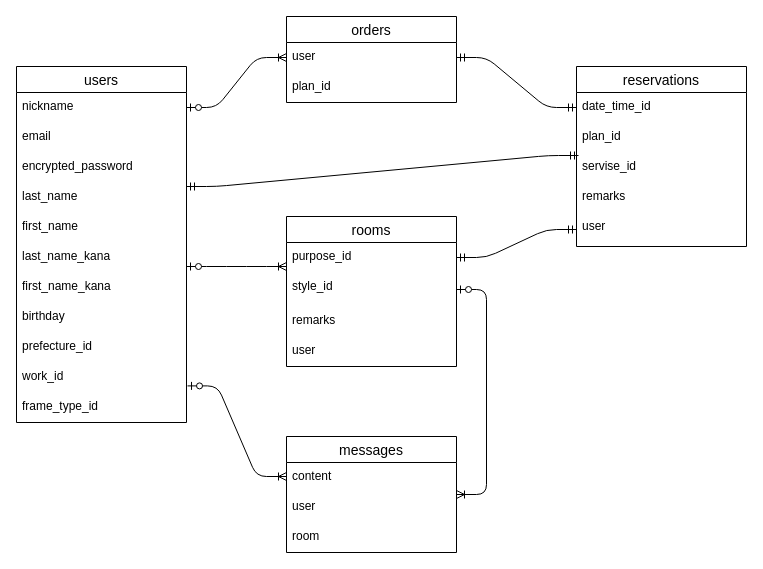
This is er.dio from rikako-yurino/Connect-Stylist, a draw.io file, before an edit. Source tidied: cells renumbered, new cells numbered last; positions are measured from the earlier drawing's top-left corner, leaving out a move shared by most shapes. Both pictures are drawn from the tidied source at 100%, with x=0, y=0 at pixel (16, 16).
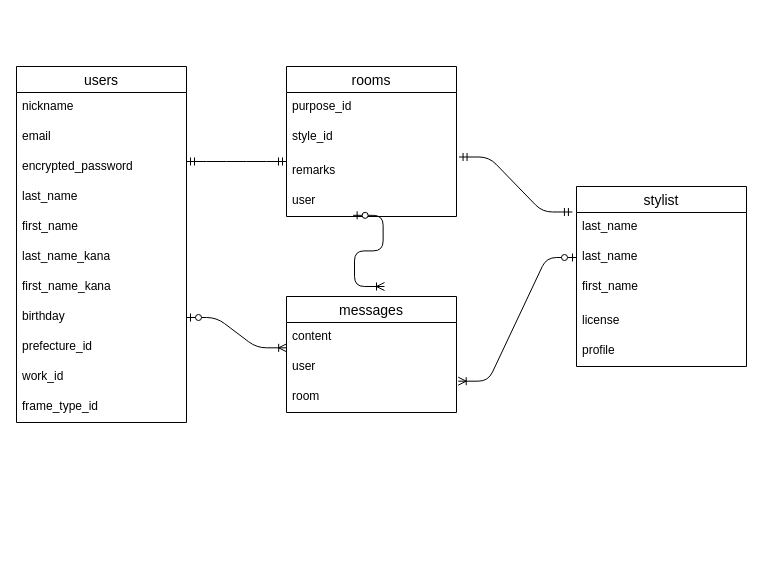
The same page after the edit.

The change refers to these unchanged cells:
```xml
<mxCell id="3" value="nickname" style="text;strokeColor=none;fillColor=none;spacingLeft=4;spacingRight=4;overflow=hidden;points=[[0,0.5],[1,0.5]];portConstraint=eastwest;fontSize=12;" parent="2" vertex="1">
  <mxGeometry y="26" width="170" height="30" as="geometry" />
</mxCell>
<mxCell id="10" value="birthday" style="text;strokeColor=none;fillColor=none;spacingLeft=4;spacingRight=4;overflow=hidden;points=[[0,0.5],[1,0.5]];portConstraint=eastwest;fontSize=12;" parent="2" vertex="1">
  <mxGeometry y="236" width="170" height="30" as="geometry" />
</mxCell>
<mxCell id="12" value="work_id" style="text;strokeColor=none;fillColor=none;spacingLeft=4;spacingRight=4;overflow=hidden;points=[[0,0.5],[1,0.5]];portConstraint=eastwest;fontSize=12;" parent="2" vertex="1">
  <mxGeometry y="296" width="170" height="30" as="geometry" />
</mxCell>
<mxCell id="21" value="purpose_id" style="text;strokeColor=none;fillColor=none;spacingLeft=4;spacingRight=4;overflow=hidden;points=[[0,0.5],[1,0.5]];portConstraint=eastwest;fontSize=12;" parent="20" vertex="1">
  <mxGeometry y="26" width="170" height="30" as="geometry" />
</mxCell>
<mxCell id="22" value="style_id" style="text;strokeColor=none;fillColor=none;spacingLeft=4;spacingRight=4;overflow=hidden;points=[[0,0.5],[1,0.5]];portConstraint=eastwest;fontSize=12;" parent="20" vertex="1">
  <mxGeometry y="56" width="170" height="34" as="geometry" />
</mxCell>
<mxCell id="23" value="remarks" style="text;strokeColor=none;fillColor=none;spacingLeft=4;spacingRight=4;overflow=hidden;points=[[0,0.5],[1,0.5]];portConstraint=eastwest;fontSize=12;" parent="20" vertex="1">
  <mxGeometry y="90" width="170" height="30" as="geometry" />
</mxCell>
<mxCell id="24" value="user" style="text;strokeColor=none;fillColor=none;spacingLeft=4;spacingRight=4;overflow=hidden;points=[[0,0.5],[1,0.5]];portConstraint=eastwest;fontSize=12;" parent="20" vertex="1">
  <mxGeometry y="120" width="170" height="30" as="geometry" />
</mxCell>
<mxCell id="27" value="content" style="text;strokeColor=none;fillColor=none;spacingLeft=4;spacingRight=4;overflow=hidden;points=[[0,0.5],[1,0.5]];portConstraint=eastwest;fontSize=12;" parent="25" vertex="1">
  <mxGeometry y="26" width="170" height="30" as="geometry" />
</mxCell>
<mxCell id="29" value="room" style="text;strokeColor=none;fillColor=none;spacingLeft=4;spacingRight=4;overflow=hidden;points=[[0,0.5],[1,0.5]];portConstraint=eastwest;fontSize=12;" parent="25" vertex="1">
  <mxGeometry y="86" width="170" height="30" as="geometry" />
</mxCell>
```

Change to the diagram source:
```diff
@@
-    <mxCell id="14" value="reservations" style="swimlane;fontStyle=0;horizontal=1;startSize=26;align=center;fontSize=14;" parent="1" vertex="1">
-      <mxGeometry x="560" y="50" width="170" height="180" as="geometry" />
-    </mxCell>
-    <mxCell id="15" value="date_time_id" style="text;strokeColor=none;fillColor=none;spacingLeft=4;spacingRight=4;overflow=hidden;points=[[0,0.5],[1,0.5]];portConstraint=eastwest;fontSize=12;" parent="14" vertex="1">
-      <mxGeometry y="26" width="170" height="30" as="geometry" />
-    </mxCell>
-    <mxCell id="16" value="plan_id" style="text;strokeColor=none;fillColor=none;spacingLeft=4;spacingRight=4;overflow=hidden;fontSize=12;" parent="14" vertex="1">
-      <mxGeometry y="56" width="170" height="30" as="geometry" />
-    </mxCell>
-    <mxCell id="17" value="servise_id" style="text;strokeColor=none;fillColor=none;spacingLeft=4;spacingRight=4;overflow=hidden;fontSize=12;" parent="14" vertex="1">
-      <mxGeometry y="86" width="170" height="30" as="geometry" />
-    </mxCell>
-    <mxCell id="18" value="remarks" style="text;strokeColor=none;fillColor=none;spacingLeft=4;spacingRight=4;overflow=hidden;fontSize=12;" parent="14" vertex="1">
-      <mxGeometry y="116" width="170" height="30" as="geometry" />
-    </mxCell>
-    <mxCell id="19" value="user" style="text;strokeColor=none;fillColor=none;spacingLeft=4;spacingRight=4;overflow=hidden;points=[[0,0.5],[1,0.5]];portConstraint=eastwest;fontSize=12;" parent="14" vertex="1">
-      <mxGeometry y="146" width="170" height="34" as="geometry" />
-    </mxCell>
     <mxCell id="20" value="rooms" style="swimlane;fontStyle=0;horizontal=1;startSize=26;align=center;fontSize=14;" parent="1" vertex="1">
-      <mxGeometry x="270" y="200" width="170" height="150" as="geometry" />
+      <mxGeometry x="270" y="50" width="170" height="150" as="geometry" />
     </mxCell>
@@
     <mxCell id="25" value="messages" style="swimlane;fontStyle=0;horizontal=1;startSize=26;align=center;fontSize=14;" parent="1" vertex="1">
-      <mxGeometry x="270" y="420" width="170" height="116" as="geometry" />
+      <mxGeometry x="270" y="280" width="170" height="116" as="geometry" />
     </mxCell>
-    <mxCell id="26" style="edgeStyle=entityRelationEdgeStyle;fontSize=12;html=1;endArrow=ERoneToMany;startArrow=ERzeroToOne;entryX=0;entryY=0.5;entryDx=0;entryDy=0;exitX=1.006;exitY=0.78;exitDx=0;exitDy=0;exitPerimeter=0;" parent="25" edge="1" source="12">
-      <mxGeometry relative="1" as="geometry">
-        <mxPoint y="40" as="targetPoint" />
-      </mxGeometry>
-    </mxCell>
@@
-    <mxCell id="30" value="orders" style="swimlane;fontStyle=0;horizontal=1;startSize=26;align=center;fontSize=14;" parent="1" vertex="1">
-      <mxGeometry x="270" width="170" height="86" as="geometry" />
-    </mxCell>
-    <mxCell id="31" value="user" style="text;strokeColor=none;fillColor=none;spacingLeft=4;spacingRight=4;overflow=hidden;points=[[0,0.5],[1,0.5]];portConstraint=eastwest;fontSize=12;" parent="30" vertex="1">
-      <mxGeometry y="26" width="170" height="30" as="geometry" />
-    </mxCell>
-    <mxCell id="32" value="plan_id" style="text;strokeColor=none;fillColor=none;spacingLeft=4;spacingRight=4;overflow=hidden;fontSize=12;" parent="30" vertex="1">
-      <mxGeometry y="56" width="170" height="30" as="geometry" />
-    </mxCell>
-    <mxCell id="33" style="edgeStyle=entityRelationEdgeStyle;fontSize=12;html=1;endArrow=ERoneToMany;startArrow=ERzeroToOne;entryX=0;entryY=0.5;entryDx=0;entryDy=0;" parent="1" edge="1" source="3" target="31">
-      <mxGeometry relative="1" as="geometry" />
-    </mxCell>
-    <mxCell id="34" style="edgeStyle=entityRelationEdgeStyle;fontSize=12;html=1;endArrow=ERmandOne;startArrow=ERmandOne;exitX=1;exitY=0.5;exitDx=0;exitDy=0;entryX=0;entryY=0.5;entryDx=0;entryDy=0;" parent="1" edge="1" source="31" target="15">
-      <mxGeometry relative="1" as="geometry" />
-    </mxCell>
-    <mxCell id="35" style="edgeStyle=entityRelationEdgeStyle;fontSize=12;html=1;endArrow=ERmandOne;startArrow=ERmandOne;entryX=0;entryY=0.5;entryDx=0;entryDy=0;" parent="1" edge="1" source="21" target="19">
-      <mxGeometry relative="1" as="geometry" />
-    </mxCell>
-    <mxCell id="36" style="edgeStyle=entityRelationEdgeStyle;fontSize=12;html=1;endArrow=ERmandOne;startArrow=ERmandOne;exitX=1;exitY=0.5;exitDx=0;exitDy=0;" parent="1" edge="1">
-      <mxGeometry relative="1" as="geometry">
-        <mxPoint x="170" y="170" as="sourcePoint" />
-        <mxPoint x="562" y="139" as="targetPoint" />
-      </mxGeometry>
-    </mxCell>
-    <mxCell id="37" style="edgeStyle=entityRelationEdgeStyle;fontSize=12;html=1;endArrow=ERoneToMany;startArrow=ERzeroToOne;exitX=1;exitY=0.5;exitDx=0;exitDy=0;" parent="1" edge="1" source="22" target="25">
-      <mxGeometry relative="1" as="geometry" />
+    <mxCell id="37" style="edgeStyle=entityRelationEdgeStyle;fontSize=12;html=1;endArrow=ERoneToMany;startArrow=ERzeroToOne;exitX=0.392;exitY=0.961;exitDx=0;exitDy=0;exitPerimeter=0;" parent="1" edge="1" source="24">
+      <mxGeometry relative="1" as="geometry">
+        <mxPoint x="368" y="270" as="targetPoint" />
+      </mxGeometry>
     </mxCell>
-    <mxCell id="38" style="edgeStyle=entityRelationEdgeStyle;fontSize=12;html=1;endArrow=ERoneToMany;startArrow=ERzeroToOne;entryX=0;entryY=0.5;entryDx=0;entryDy=0;" parent="1" edge="1">
-      <mxGeometry relative="1" as="geometry">
-        <mxPoint x="170" y="250" as="sourcePoint" />
-        <mxPoint x="270" y="250" as="targetPoint" />
-      </mxGeometry>
-    </mxCell>
+    <mxCell id="26" style="edgeStyle=entityRelationEdgeStyle;fontSize=12;html=1;endArrow=ERoneToMany;startArrow=ERzeroToOne;entryX=0.001;entryY=0.844;entryDx=0;entryDy=0;entryPerimeter=0;" parent="1" edge="1" source="10" target="27">
+      <mxGeometry relative="1" as="geometry" />
+    </mxCell>
+    <mxCell id="39" value="stylist" style="swimlane;fontStyle=0;horizontal=1;startSize=26;align=center;fontSize=14;" parent="1" vertex="1">
+      <mxGeometry x="560" y="170" width="170" height="180" as="geometry" />
+    </mxCell>
+    <mxCell id="40" value="last_name" style="text;strokeColor=none;fillColor=none;spacingLeft=4;spacingRight=4;overflow=hidden;points=[[0,0.5],[1,0.5]];portConstraint=eastwest;fontSize=12;" parent="39" vertex="1">
+      <mxGeometry y="26" width="170" height="30" as="geometry" />
+    </mxCell>
+    <mxCell id="41" value="last_name" style="text;strokeColor=none;fillColor=none;spacingLeft=4;spacingRight=4;overflow=hidden;points=[[0,0.5],[1,0.5]];portConstraint=eastwest;fontSize=12;" parent="39" vertex="1">
+      <mxGeometry y="56" width="170" height="30" as="geometry" />
+    </mxCell>
+    <mxCell id="42" value="first_name" style="text;strokeColor=none;fillColor=none;spacingLeft=4;spacingRight=4;overflow=hidden;fontSize=12;" parent="39" vertex="1">
+      <mxGeometry y="86" width="170" height="34" as="geometry" />
+    </mxCell>
+    <mxCell id="43" value="license" style="text;strokeColor=none;fillColor=none;spacingLeft=4;spacingRight=4;overflow=hidden;fontSize=12;" parent="39" vertex="1">
+      <mxGeometry y="120" width="170" height="30" as="geometry" />
+    </mxCell>
+    <mxCell id="44" value="profile" style="text;strokeColor=none;fillColor=none;spacingLeft=4;spacingRight=4;overflow=hidden;fontSize=12;" parent="39" vertex="1">
+      <mxGeometry y="150" width="170" height="30" as="geometry" />
+    </mxCell>
+    <mxCell id="45" style="edgeStyle=entityRelationEdgeStyle;fontSize=12;html=1;endArrow=ERoneToMany;startArrow=ERzeroToOne;entryX=1.01;entryY=-0.044;entryDx=0;entryDy=0;entryPerimeter=0;exitX=0;exitY=0.5;exitDx=0;exitDy=0;" parent="1" edge="1" source="41" target="29">
+      <mxGeometry relative="1" as="geometry" />
+    </mxCell>
+    <mxCell id="46" style="edgeStyle=entityRelationEdgeStyle;fontSize=12;html=1;endArrow=ERmandOne;startArrow=ERmandOne;entryX=-0.024;entryY=-0.017;entryDx=0;entryDy=0;entryPerimeter=0;exitX=1.015;exitY=1.015;exitDx=0;exitDy=0;exitPerimeter=0;" parent="1" edge="1" source="22" target="40">
+      <mxGeometry relative="1" as="geometry" />
+    </mxCell>
+    <mxCell id="47" style="edgeStyle=entityRelationEdgeStyle;fontSize=12;html=1;endArrow=ERmandOne;startArrow=ERmandOne;entryX=0;entryY=0.167;entryDx=0;entryDy=0;entryPerimeter=0;exitX=1.015;exitY=1.015;exitDx=0;exitDy=0;exitPerimeter=0;" parent="1" edge="1" target="23">
+      <mxGeometry relative="1" as="geometry">
+        <mxPoint x="170" y="145" as="sourcePoint" />
+      </mxGeometry>
+    </mxCell>
```
